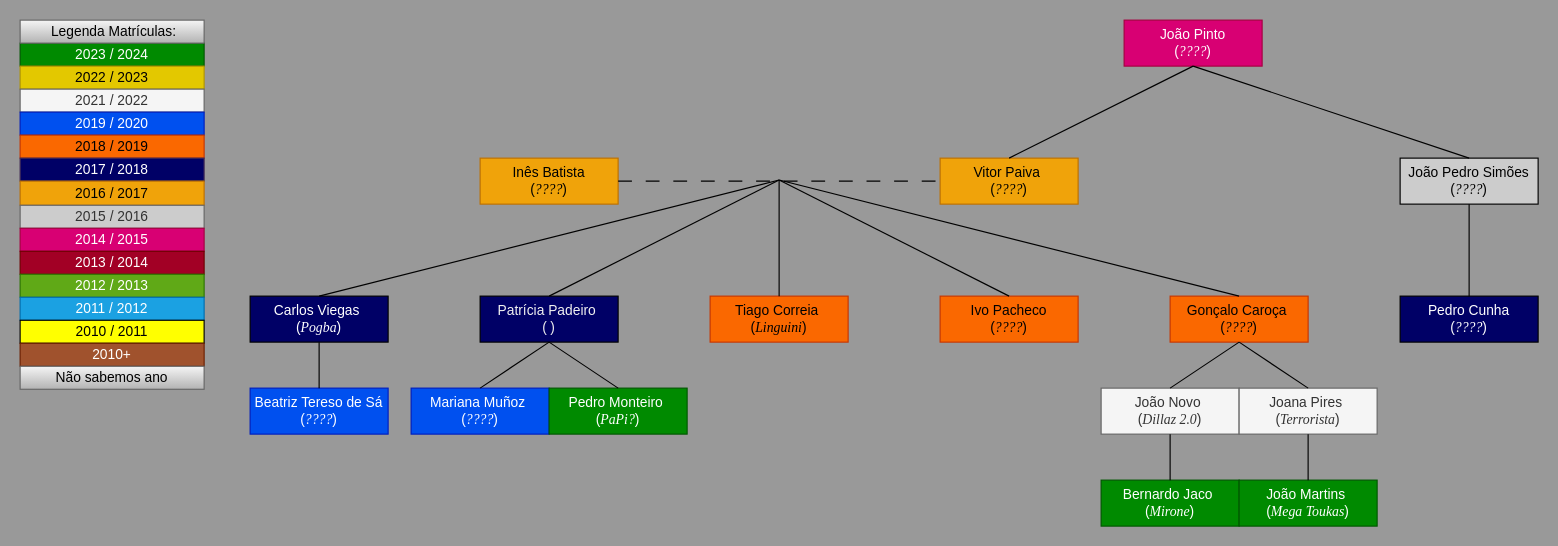
This is Draw.io/Familia_do_João_Pinto.drawio from pdmtmr/PDMTMRTESTLOCATION-AKA-ARBUSTO, a draw.io file, before an edit. Source tidied: cells renumbered, new cells numbered last; positions are measured from the earlier drawing's top-left corner, leaving out a move shared by most shapes. Both pictures are drawn from the tidied source at 115%, with x=0, y=0 at pixel (20, 20).
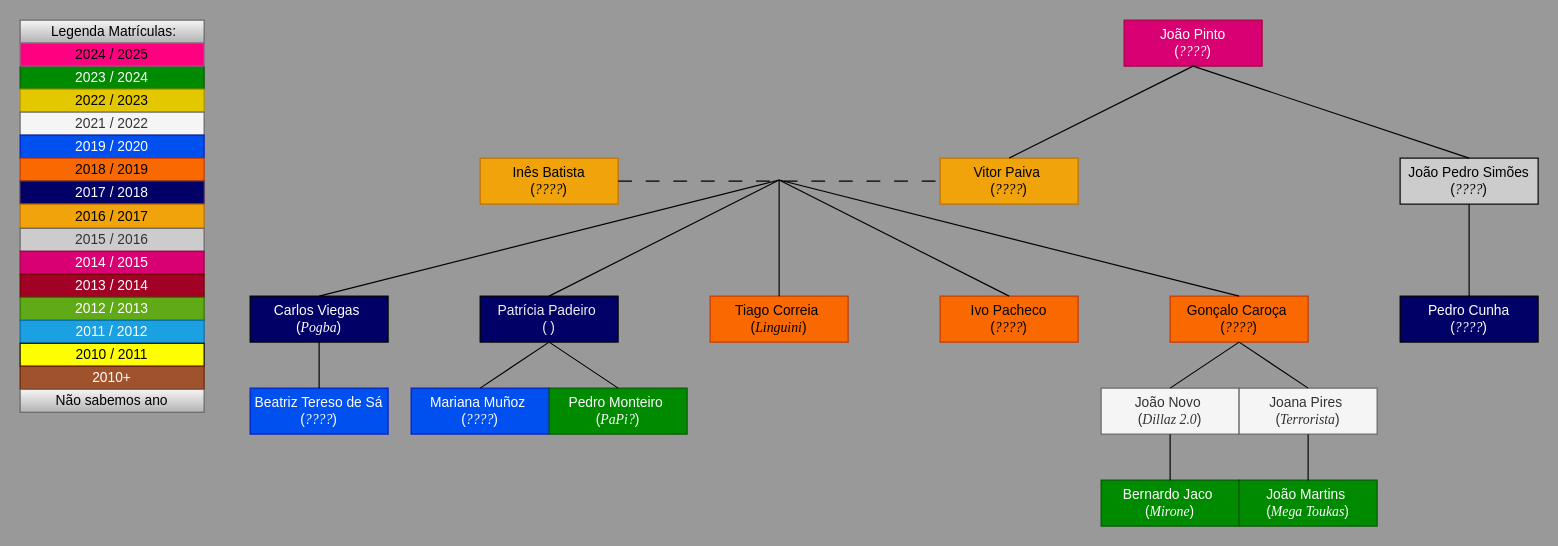
Above is the later version.

The edit, as a diff of the source:
```diff
@@
     <mxCell id="2" value="2023 / 2024" style="rounded=0;whiteSpace=wrap;html=1;fillColor=#008a00;fontColor=#ffffff;strokeColor=#005700;" parent="1" vertex="1">
-      <mxGeometry y="20" width="160" height="20" as="geometry" />
+      <mxGeometry y="40" width="160" height="20" as="geometry" />
     </mxCell>
     <mxCell id="3" value="2022 / 2023" style="rounded=0;whiteSpace=wrap;html=1;fillColor=#e3c800;fontColor=#000000;strokeColor=#B09500;" parent="1" vertex="1">
-      <mxGeometry y="40" width="160" height="20" as="geometry" />
+      <mxGeometry y="60" width="160" height="20" as="geometry" />
     </mxCell>
     <mxCell id="4" value="2021 / 2022" style="rounded=0;whiteSpace=wrap;html=1;fillColor=#f5f5f5;fontColor=#333333;strokeColor=#666666;" parent="1" vertex="1">
-      <mxGeometry y="60" width="160" height="20" as="geometry" />
+      <mxGeometry y="80" width="160" height="20" as="geometry" />
     </mxCell>
     <mxCell id="5" value="2019 / 2020" style="rounded=0;whiteSpace=wrap;html=1;fillColor=#0050ef;fontColor=#ffffff;strokeColor=#001DBC;" parent="1" vertex="1">
-      <mxGeometry y="80" width="160" height="20" as="geometry" />
+      <mxGeometry y="100" width="160" height="20" as="geometry" />
     </mxCell>
     <mxCell id="6" value="2018 / 2019" style="rounded=0;whiteSpace=wrap;html=1;fillColor=#fa6800;fontColor=#000000;strokeColor=#C73500;" parent="1" vertex="1">
-      <mxGeometry y="100" width="160" height="20" as="geometry" />
+      <mxGeometry y="120" width="160" height="20" as="geometry" />
     </mxCell>
@@
     <mxCell id="8" value="2017 / 2018" style="rounded=0;whiteSpace=wrap;html=1;fillColor=#000066;fontColor=#ffffff;strokeColor=#432D57;" parent="1" vertex="1">
-      <mxGeometry y="120" width="160" height="20" as="geometry" />
+      <mxGeometry y="140" width="160" height="20" as="geometry" />
     </mxCell>
     <mxCell id="9" value="2016 / 2017" style="rounded=0;whiteSpace=wrap;html=1;fillColor=#f0a30a;fontColor=#000000;strokeColor=#BD7000;" parent="1" vertex="1">
-      <mxGeometry y="140" width="160" height="21" as="geometry" />
+      <mxGeometry y="160" width="160" height="21" as="geometry" />
     </mxCell>
     <mxCell id="10" value="2015 / 2016" style="rounded=0;whiteSpace=wrap;html=1;fillColor=#CCCCCC;strokeColor=#666666;fontColor=#333333;" parent="1" vertex="1">
-      <mxGeometry y="161" width="160" height="20" as="geometry" />
+      <mxGeometry y="181" width="160" height="20" as="geometry" />
     </mxCell>
     <mxCell id="11" value="2014 / 2015" style="rounded=0;whiteSpace=wrap;html=1;fillColor=#d80073;fontColor=#ffffff;strokeColor=#A50040;" parent="1" vertex="1">
-      <mxGeometry y="181" width="160" height="20" as="geometry" />
+      <mxGeometry y="201" width="160" height="20" as="geometry" />
     </mxCell>
     <mxCell id="12" value="2013 / 2014" style="rounded=0;whiteSpace=wrap;html=1;fillColor=#a20025;fontColor=#ffffff;strokeColor=#6F0000;" parent="1" vertex="1">
-      <mxGeometry y="201" width="160" height="20" as="geometry" />
+      <mxGeometry y="221" width="160" height="20" as="geometry" />
     </mxCell>
     <mxCell id="13" value="2012&lt;span style=&quot;background-color: initial;&quot;&gt;&amp;nbsp;/ 2013&lt;/span&gt;" style="rounded=0;whiteSpace=wrap;html=1;fillColor=#60a917;fontColor=#ffffff;strokeColor=#2D7600;" parent="1" vertex="1">
-      <mxGeometry y="221" width="160" height="20" as="geometry" />
+      <mxGeometry y="241" width="160" height="20" as="geometry" />
     </mxCell>
     <mxCell id="14" value="2011&lt;span style=&quot;background-color: initial;&quot;&gt;&amp;nbsp;/ 2012&lt;/span&gt;" style="rounded=0;whiteSpace=wrap;html=1;fillColor=#1ba1e2;fontColor=#ffffff;strokeColor=#006EAF;" parent="1" vertex="1">
-      <mxGeometry y="241" width="160" height="20" as="geometry" />
+      <mxGeometry y="261" width="160" height="20" as="geometry" />
     </mxCell>
     <mxCell id="15" value="2010&lt;span style=&quot;background-color: initial;&quot;&gt;&amp;nbsp;/ 2011&lt;/span&gt;" style="rounded=0;whiteSpace=wrap;html=1;fillColor=#FFFF00;fontColor=#000000;" parent="1" vertex="1">
-      <mxGeometry y="261" width="160" height="20" as="geometry" />
+      <mxGeometry y="281" width="160" height="20" as="geometry" />
     </mxCell>
     <mxCell id="16" value="2010+" style="rounded=0;whiteSpace=wrap;html=1;fillColor=#a0522d;strokeColor=#6D1F00;fontColor=#ffffff;" parent="1" vertex="1">
-      <mxGeometry y="281" width="160" height="20" as="geometry" />
+      <mxGeometry y="301" width="160" height="20" as="geometry" />
     </mxCell>
     <mxCell id="17" value="Não sabemos ano" style="rounded=0;whiteSpace=wrap;html=1;fillColor=#f5f5f5;gradientColor=#b3b3b3;strokeColor=#666666;" parent="1" vertex="1">
-      <mxGeometry y="301" width="160" height="20" as="geometry" />
+      <mxGeometry y="321" width="160" height="20" as="geometry" />
     </mxCell>
@@
+    <mxCell id="51" value="2024&amp;nbsp;/ 2025" style="rounded=0;whiteSpace=wrap;html=1;fillColor=#FF0080;strokeColor=#996185;gradientColor=none;fontColor=#000000;" parent="1" vertex="1">
+      <mxGeometry y="20" width="160" height="20" as="geometry" />
+    </mxCell>
```
